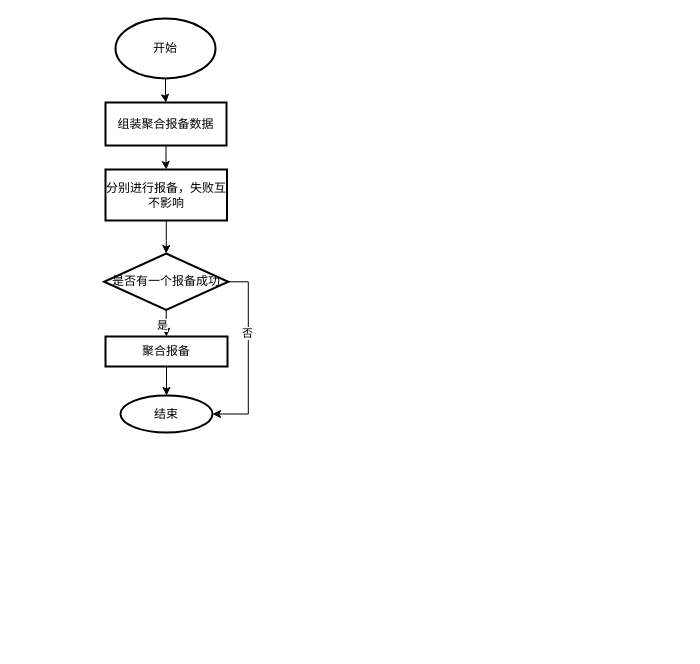
The draw.io diagram page "主流程" (1 of 3) of 报备.drawio in fengyong7723131/work, before the edit. Source tidied: cells renumbered, new cells numbered last; positions are measured from the earlier drawing's top-left corner, leaving out a move shared by most shapes. Both pictures are drawn from the tidied source at 100%, with x=0, y=0 at pixel (104, 18).
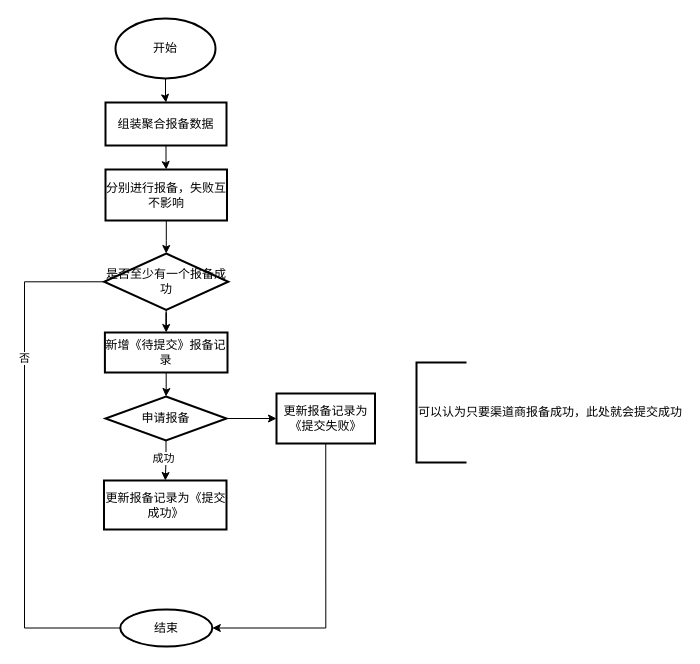
Above is the later version.

Diff of the diagram source:
```diff
@@
-    <mxCell id="8" style="edgeStyle=orthogonalEdgeStyle;rounded=0;jettySize=auto;html=1;" parent="1" edge="1" source="12" target="14">
-      <mxGeometry relative="1" as="geometry" />
-    </mxCell>
-    <mxCell id="9" value="是" style="edgeLabel;html=1;align=center;verticalAlign=middle;" parent="8" vertex="1">
-      <mxGeometry x="0.51" y="6" relative="1" as="geometry">
-        <mxPoint x="-11" y="-5" as="offset" />
-      </mxGeometry>
-    </mxCell>
     <mxCell id="10" style="edgeStyle=orthogonalEdgeStyle;rounded=0;jettySize=auto;html=1;exitX=1;exitY=0.5;exitDx=0;exitDy=0;entryX=1;entryY=0.5;entryDx=0;entryDy=0;" parent="1" edge="1" source="12" target="15">
-      <mxGeometry relative="1" as="geometry" />
+      <mxGeometry relative="1" as="geometry">
+        <Array as="points">
+          <mxPoint x="-80" y="263" />
+          <mxPoint x="-80" y="610" />
+        </Array>
+      </mxGeometry>
     </mxCell>
@@
+    <mxCell id="16" style="edgeStyle=orthogonalEdgeStyle;rounded=0;jettySize=auto;html=1;" parent="1" edge="1" source="12" target="18">
+      <mxGeometry relative="1" as="geometry" />
+    </mxCell>
-    <mxCell id="12" value="是否有一个报备成功" style="rhombus;whiteSpace=wrap;html=1;strokeWidth=2;" parent="1" vertex="1">
+    <mxCell id="12" value="是否至少有一个报备成功" style="rhombus;whiteSpace=wrap;html=1;strokeWidth=2;" parent="1" vertex="1">
       <mxGeometry x="-0.4" y="235" width="124.2" height="56.5" as="geometry" />
     </mxCell>
-    <mxCell id="13" style="edgeStyle=orthogonalEdgeStyle;rounded=0;jettySize=auto;html=1;" parent="1" edge="1" source="14" target="15">
-      <mxGeometry relative="1" as="geometry" />
-    </mxCell>
-    <mxCell id="14" value="聚合报备" style="whiteSpace=wrap;html=1;strokeWidth=2;" parent="1" vertex="1">
-      <mxGeometry x="1" y="318" width="122" height="30" as="geometry" />
-    </mxCell>
     <mxCell id="15" value="结束" style="ellipse;whiteSpace=wrap;html=1;strokeWidth=2;" parent="1" vertex="1">
-      <mxGeometry x="16" y="377" width="92" height="37" as="geometry" />
+      <mxGeometry x="15.8" y="591" width="92" height="37" as="geometry" />
     </mxCell>
+    <mxCell id="17" style="edgeStyle=orthogonalEdgeStyle;rounded=0;jettySize=auto;html=1;" parent="1" edge="1" source="18" target="22">
+      <mxGeometry relative="1" as="geometry" />
+    </mxCell>
+    <mxCell id="18" value="新增《待提交》报备记录" style="whiteSpace=wrap;html=1;strokeWidth=2;" parent="1" vertex="1">
+      <mxGeometry x="0.4" y="314" width="122.6" height="40" as="geometry" />
+    </mxCell>
+    <mxCell id="19" style="edgeStyle=orthogonalEdgeStyle;rounded=0;jettySize=auto;html=1;" parent="1" edge="1" source="22" target="23">
+      <mxGeometry relative="1" as="geometry" />
+    </mxCell>
+    <mxCell id="20" value="成功" style="edgeLabel;html=1;align=center;verticalAlign=middle;" parent="19" vertex="1">
+      <mxGeometry x="-0.16" y="-3" relative="1" as="geometry" />
+    </mxCell>
+    <mxCell id="21" style="edgeStyle=orthogonalEdgeStyle;rounded=0;jettySize=auto;html=1;" parent="1" edge="1" source="22" target="25">
+      <mxGeometry relative="1" as="geometry" />
+    </mxCell>
+    <mxCell id="22" value="申请报备" style="strokeWidth=2;html=1;shape=mxgraph.flowchart.decision;whiteSpace=wrap;" parent="1" vertex="1">
+      <mxGeometry x="1" y="378" width="121" height="44" as="geometry" />
+    </mxCell>
+    <mxCell id="23" value="更新报备记录为《提交成功》" style="whiteSpace=wrap;html=1;strokeWidth=2;" parent="1" vertex="1">
+      <mxGeometry x="-0.5" y="462" width="122.5" height="49" as="geometry" />
+    </mxCell>
+    <mxCell id="24" style="edgeStyle=orthogonalEdgeStyle;rounded=0;jettySize=auto;html=1;exitX=0.5;exitY=1;exitDx=0;exitDy=0;entryX=1;entryY=0.5;entryDx=0;entryDy=0;" parent="1" edge="1" source="25" target="15">
+      <mxGeometry relative="1" as="geometry" />
+    </mxCell>
+    <mxCell id="25" value="&lt;span&gt;更新报备记录为《提交失败》&lt;/span&gt;" style="whiteSpace=wrap;html=1;strokeWidth=2;" parent="1" vertex="1">
+      <mxGeometry x="172" y="375" width="98.5" height="50" as="geometry" />
+    </mxCell>
+    <mxCell id="26" value="可以认为只要渠道商报备成功，此处就会提交成功" style="strokeWidth=2;html=1;shape=mxgraph.flowchart.annotation_1;align=left;" parent="1" vertex="1">
+      <mxGeometry x="312" y="344" width="50" height="100" as="geometry" />
+    </mxCell>
```
